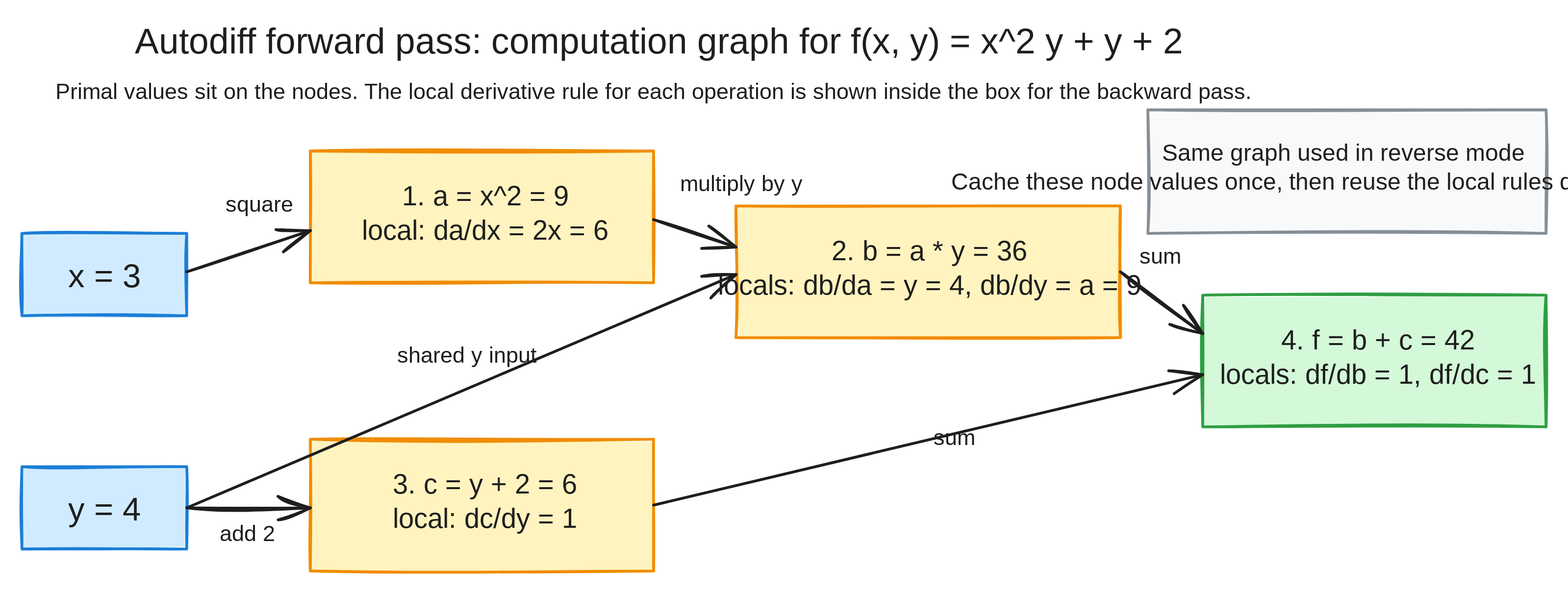
Earlier version of the Excalidraw export notes/images/autodiff_forward_graph.excalidraw.svg (andreadifra/handson-mlp). Source tidied: one line per element, renumbered; positions are measured from the earlier drawing's top-left corner, leaving out a move shared by most shapes.
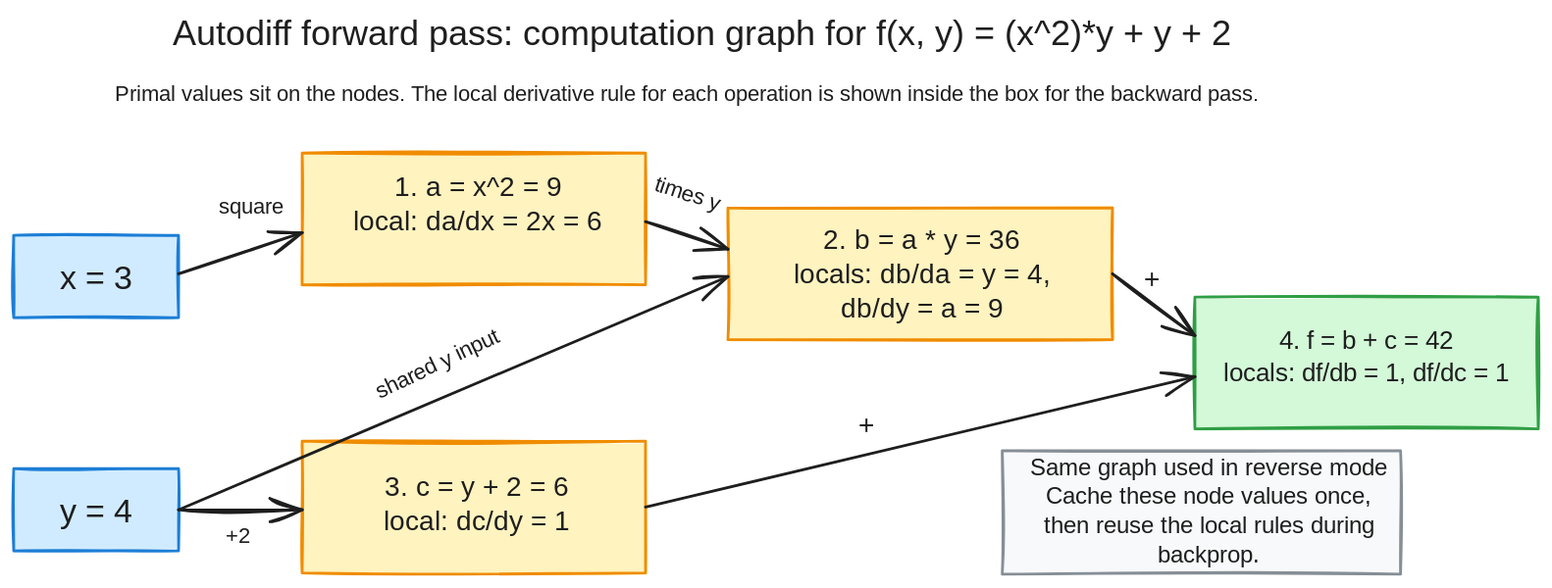
After the change.

Diff of the diagram source:
```diff
@@ -1,19 +1,19 @@
-{"id": 0, "type": "text", "text": "Autodiff forward pass: computation graph for f(x, y) = x^2 y + y + 2", "strokeColor": "#1e1e1e", "strokeWidth": 1, "roughness": 1, "fontSize": 26, "fontFamily": 5, "textAlign": "center", "verticalAlign": "middle", "x": 4, "y": 0, "width": 920, "height": 34}
+{"id": 0, "type": "text", "text": "Autodiff forward pass: computation graph for f(x, y) = (x^2)*y + y + 2", "strokeColor": "#1e1e1e", "strokeWidth": 1, "roughness": 1, "fontSize": 26, "fontFamily": 5, "textAlign": "center", "verticalAlign": "middle", "x": 47, "y": -8, "width": 907, "height": 32}
-{"id": 1, "type": "text", "text": "Primal values sit on the nodes. The local derivative rule for each operation is shown inside the box for the backward pass.", "strokeColor": "#1e1e1e", "strokeWidth": 1, "roughness": 1, "fontSize": 16, "fontFamily": 5, "textAlign": "center", "verticalAlign": "middle", "x": 10, "y": 42, "width": 900, "height": 42}
+{"id": 1, "type": "text", "text": "Primal values sit on the nodes. The local derivative rule for each operation is shown inside the box for the backward pass.", "strokeColor": "#1e1e1e", "strokeWidth": 1, "roughness": 1, "fontSize": 16, "fontFamily": 5, "textAlign": "center", "verticalAlign": "middle", "x": 10, "y": 42, "width": 960, "height": 20}
 {"id": 2, "type": "rectangle", "strokeColor": "#1c7ed6", "backgroundColor": "#d0ebff", "fillStyle": "solid", "strokeWidth": 2, "roughness": 1, "x": 0, "y": 154, "width": 120, "height": 60}
 {"id": 3, "type": "text", "text": "x = 3", "strokeColor": "#1e1e1e", "strokeWidth": 1, "roughness": 1, "fontSize": 24, "fontFamily": 5, "textAlign": "center", "verticalAlign": "middle", "x": 24, "y": 172, "width": 72, "height": 28}
 {"id": 4, "type": "rectangle", "strokeColor": "#1c7ed6", "backgroundColor": "#d0ebff", "fillStyle": "solid", "strokeWidth": 2, "roughness": 1, "x": 0, "y": 324, "width": 120, "height": 60}
 {"id": 5, "type": "text", "text": "y = 4", "strokeColor": "#1e1e1e", "strokeWidth": 1, "roughness": 1, "fontSize": 24, "fontFamily": 5, "textAlign": "center", "verticalAlign": "middle", "x": 24, "y": 342, "width": 72, "height": 28}
 {"id": 6, "type": "rectangle", "strokeColor": "#f08c00", "backgroundColor": "#fff3bf", "fillStyle": "solid", "strokeWidth": 2, "roughness": 1, "x": 210, "y": 94, "width": 250, "height": 96}
-{"id": 7, "type": "text", "text": "1. a = x^2 = 9\nlocal: da/dx = 2x = 6", "strokeColor": "#1e1e1e", "strokeWidth": 1, "roughness": 1, "fontSize": 20, "fontFamily": 5, "textAlign": "center", "verticalAlign": "middle", "x": 235, "y": 116, "width": 205, "height": 52}
+{"id": 7, "type": "text", "text": "1. a = x^2 = 9\nlocal: da/dx = 2x = 6", "strokeColor": "#1e1e1e", "strokeWidth": 1, "roughness": 1, "fontSize": 20, "fontFamily": 5, "textAlign": "center", "verticalAlign": "middle", "x": 235, "y": 107, "width": 206, "height": 50}
 {"id": 8, "type": "rectangle", "strokeColor": "#f08c00", "backgroundColor": "#fff3bf", "fillStyle": "solid", "strokeWidth": 2, "roughness": 1, "x": 520, "y": 134, "width": 280, "height": 96}
-{"id": 9, "type": "text", "text": "2. b = a * y = 36\nlocals: db/da = y = 4, db/dy = a = 9", "strokeColor": "#1e1e1e", "strokeWidth": 1, "roughness": 1, "fontSize": 20, "fontFamily": 5, "textAlign": "center", "verticalAlign": "middle", "x": 548, "y": 156, "width": 226, "height": 52}
+{"id": 9, "type": "text", "text": "2. b = a * y = 36\nlocals: db/da = y = 4,\ndb/dy = a = 9", "strokeColor": "#1e1e1e", "strokeWidth": 1, "roughness": 1, "fontSize": 20, "fontFamily": 5, "textAlign": "center", "verticalAlign": "middle", "x": 528, "y": 146, "width": 266, "height": 75}
 {"id": 10, "type": "rectangle", "strokeColor": "#f08c00", "backgroundColor": "#fff3bf", "fillStyle": "solid", "strokeWidth": 2, "roughness": 1, "x": 210, "y": 304, "width": 250, "height": 96}
 {"id": 11, "type": "text", "text": "3. c = y + 2 = 6\nlocal: dc/dy = 1", "strokeColor": "#1e1e1e", "strokeWidth": 1, "roughness": 1, "fontSize": 20, "fontFamily": 5, "textAlign": "center", "verticalAlign": "middle", "x": 242, "y": 326, "width": 190, "height": 52}
 {"id": 12, "type": "rectangle", "strokeColor": "#2f9e44", "backgroundColor": "#d3f9d8", "fillStyle": "solid", "strokeWidth": 2, "roughness": 1, "x": 860, "y": 199, "width": 250, "height": 96}
-{"id": 13, "type": "text", "text": "4. f = b + c = 42\nlocals: df/db = 1, df/dc = 1", "strokeColor": "#1e1e1e", "strokeWidth": 1, "roughness": 1, "fontSize": 20, "fontFamily": 5, "textAlign": "center", "verticalAlign": "middle", "x": 890, "y": 221, "width": 195, "height": 52}
+{"id": 13, "type": "text", "text": "4. f = b + c = 42\nlocals: df/db = 1, df/dc = 1", "strokeColor": "#1e1e1e", "strokeWidth": 1, "roughness": 1, "fontSize": 18.71, "fontFamily": 5, "textAlign": "center", "verticalAlign": "middle", "x": 863, "y": 220, "width": 244, "height": 47}
-{"id": 14, "type": "rectangle", "strokeColor": "#868e96", "backgroundColor": "#f8f9fa", "fillStyle": "solid", "strokeWidth": 2, "roughness": 1, "x": 820, "y": 64, "width": 290, "height": 90}
+{"id": 14, "type": "rectangle", "strokeColor": "#868e96", "backgroundColor": "#f8f9fa", "fillStyle": "solid", "strokeWidth": 2, "roughness": 1, "x": 720, "y": 311, "width": 290, "height": 90}
-{"id": 15, "type": "text", "text": "Same graph used in reverse mode\nCache these node values once, then reuse the local rules during backprop.", "strokeColor": "#1e1e1e", "strokeWidth": 1, "roughness": 1, "fontSize": 17, "fontFamily": 5, "textAlign": "center", "verticalAlign": "middle", "x": 840, "y": 86, "width": 245, "height": 50}
+{"id": 15, "type": "text", "text": "Same graph used in reverse mode\nCache these node values once,\nthen reuse the local rules during\nbackprop.", "strokeColor": "#1e1e1e", "strokeWidth": 1, "roughness": 1, "fontSize": 17, "fontFamily": 5, "textAlign": "center", "verticalAlign": "middle", "x": 725, "y": 314, "width": 291, "height": 85}
 {"id": 16, "type": "arrow", "strokeColor": "#1e1e1e", "strokeWidth": 2, "roughness": 1, "endArrowhead": "arrow", "x": 120, "y": 182, "width": 90, "height": 30, "points": [[0, 0], [90, -30]]}
 {"id": 17, "type": "arrow", "strokeColor": "#1e1e1e", "strokeWidth": 2, "roughness": 1, "endArrowhead": "arrow", "x": 460, "y": 144, "width": 60, "height": 20, "points": [[0, 0], [60, 20]]}
 {"id": 18, "type": "arrow", "strokeColor": "#1e1e1e", "strokeWidth": 2, "roughness": 1, "endArrowhead": "arrow", "x": 120, "y": 354, "width": 400, "height": 170, "points": [[0, 0], [400, -170]]}
@@ -21,8 +21,8 @@
 {"id": 20, "type": "arrow", "strokeColor": "#1e1e1e", "strokeWidth": 2, "roughness": 1, "endArrowhead": "arrow", "x": 800, "y": 182, "width": 60, "height": 45, "points": [[0, 0], [60, 45]]}
 {"id": 21, "type": "arrow", "strokeColor": "#1e1e1e", "strokeWidth": 2, "roughness": 1, "endArrowhead": "arrow", "x": 460, "y": 352, "width": 400, "height": 95, "points": [[0, 0], [400, -95]]}
 {"id": 22, "type": "text", "text": "square", "strokeColor": "#1e1e1e", "strokeWidth": 1, "roughness": 1, "fontSize": 16, "fontFamily": 5, "textAlign": "center", "verticalAlign": "middle", "x": 142, "y": 124, "width": 62, "height": 20}
-{"id": 23, "type": "text", "text": "multiply by y", "strokeColor": "#1e1e1e", "strokeWidth": 1, "roughness": 1, "fontSize": 16, "fontFamily": 5, "textAlign": "center", "verticalAlign": "middle", "x": 475, "y": 109, "width": 98, "height": 20}
+{"id": 23, "type": "text", "text": "times y", "strokeColor": "#1e1e1e", "angle": 0.32, "strokeWidth": 1, "roughness": 1, "fontSize": 16, "fontFamily": 5, "textAlign": "center", "verticalAlign": "middle", "x": 462, "y": 115, "width": 56, "height": 20}
-{"id": 24, "type": "text", "text": "shared y input", "strokeColor": "#1e1e1e", "strokeWidth": 1, "roughness": 1, "fontSize": 16, "fontFamily": 5, "textAlign": "center", "verticalAlign": "middle", "x": 270, "y": 234, "width": 108, "height": 20}
+{"id": 24, "type": "text", "text": "shared y input", "strokeColor": "#1e1e1e", "angle": 5.84, "strokeWidth": 1, "roughness": 1, "fontSize": 16, "fontFamily": 5, "textAlign": "center", "verticalAlign": "middle", "x": 255, "y": 238, "width": 108, "height": 20}
-{"id": 25, "type": "text", "text": "add 2", "strokeColor": "#1e1e1e", "strokeWidth": 1, "roughness": 1, "fontSize": 16, "fontFamily": 5, "textAlign": "center", "verticalAlign": "middle", "x": 140, "y": 364, "width": 48, "height": 20}
+{"id": 25, "type": "text", "text": "+2", "strokeColor": "#1e1e1e", "strokeWidth": 1, "roughness": 1, "fontSize": 16, "fontFamily": 5, "textAlign": "center", "verticalAlign": "middle", "x": 153, "y": 364, "width": 20, "height": 20}
-{"id": 26, "type": "text", "text": "sum", "strokeColor": "#1e1e1e", "strokeWidth": 1, "roughness": 1, "fontSize": 16, "fontFamily": 5, "textAlign": "center", "verticalAlign": "middle", "x": 810, "y": 162, "width": 38, "height": 20}
+{"id": 26, "type": "text", "text": "+", "strokeColor": "#1e1e1e", "strokeWidth": 1, "roughness": 1, "fontSize": 20, "fontFamily": 5, "textAlign": "center", "verticalAlign": "middle", "x": 823, "y": 175, "width": 11, "height": 25}
-{"id": 27, "type": "text", "text": "sum", "strokeColor": "#1e1e1e", "strokeWidth": 1, "roughness": 1, "fontSize": 16, "fontFamily": 5, "textAlign": "center", "verticalAlign": "middle", "x": 660, "y": 294, "width": 38, "height": 20}
+{"id": 28, "type": "text", "text": "+", "strokeColor": "#1e1e1e", "strokeWidth": 2, "roughness": 1, "fontSize": 20, "fontFamily": 5, "x": 615, "y": 281, "width": 11, "height": 25}
```
